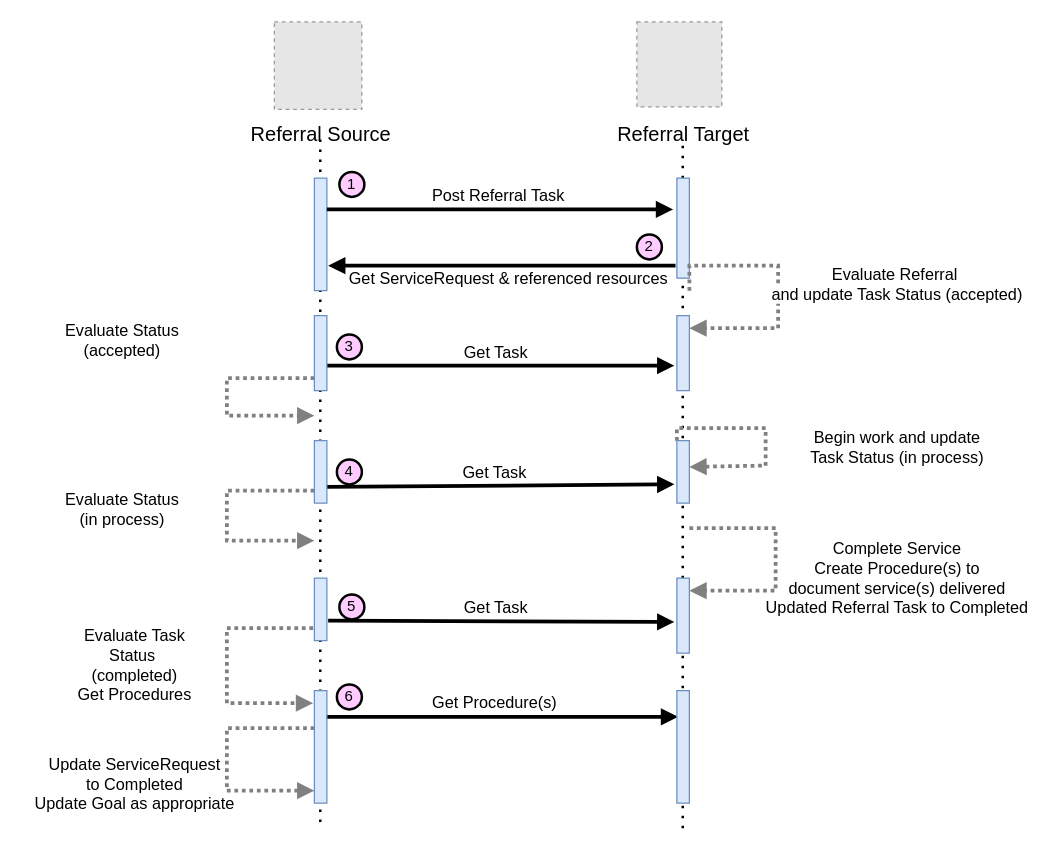
Earlier version of the draw.io diagram Images Source/DetailedDirectReferral.drawio (HL7/fhir-sdoh-clinicalcare). Source tidied: cells renumbered, new cells numbered last; positions are measured from the earlier drawing's top-left corner, leaving out a move shared by most shapes. Both pictures are drawn from the tidied source at 125%, with x=0, y=0 at pixel (21, 21). Pictures stored in the file or linked from it are replaced by grey dashed boxes.
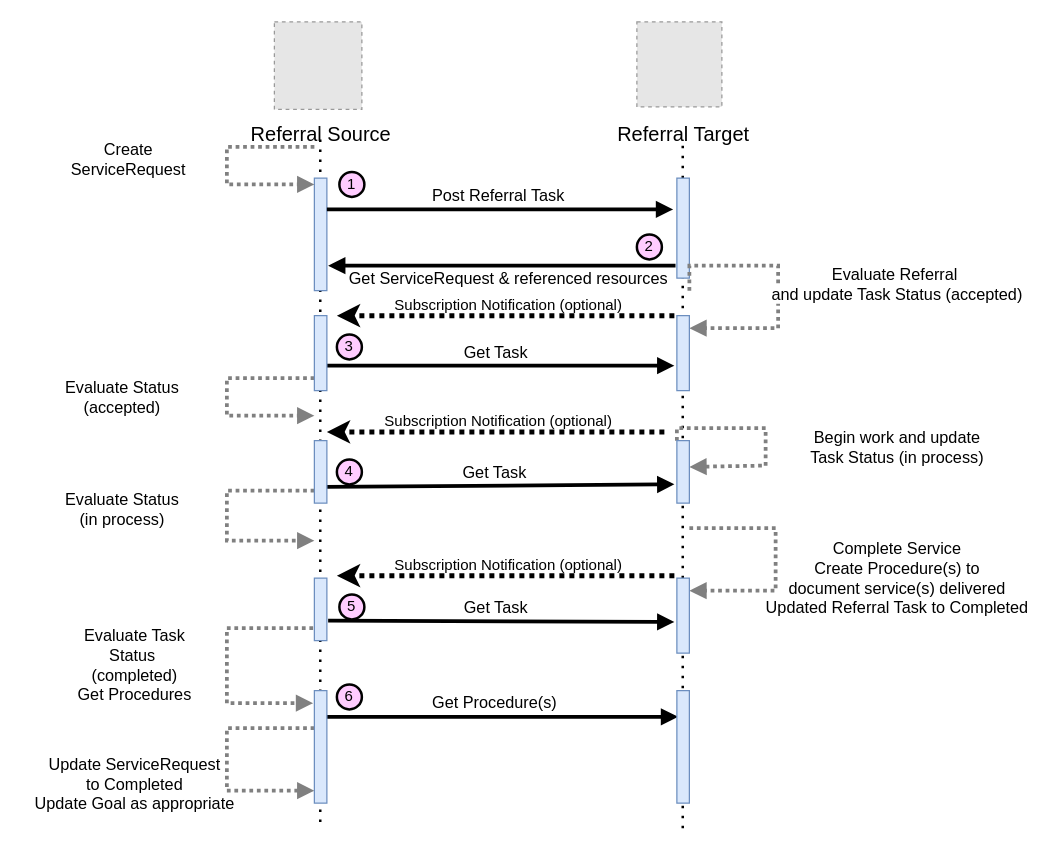
After the change.

What changed in the source:
```diff
@@
     <mxCell id="26" value="&lt;span style=&quot;font-size: 13px; text-align: left; background-color: rgb(255, 255, 255);&quot;&gt;Evaluate Status&lt;/span&gt;&lt;br style=&quot;font-size: 13px; text-align: left;&quot;&gt;&lt;span style=&quot;font-size: 13px; text-align: left; background-color: rgb(255, 255, 255);&quot;&gt;(accepted)&lt;/span&gt;" style="text;html=1;align=center;verticalAlign=middle;strokeColor=none;fillColor=none;fontSize=13;" parent="1" vertex="1">
-      <mxGeometry x="25" y="235" width="110" height="40" as="geometry" />
+      <mxGeometry x="25" y="280" width="110" height="40" as="geometry" />
     </mxCell>
@@
+    <mxCell id="46" style="edgeStyle=orthogonalEdgeStyle;html=1;align=left;spacingLeft=2;endArrow=block;rounded=0;strokeWidth=3;fontSize=13;dashed=1;strokeColor=#808080;dashPattern=1 1;" parent="1" edge="1">
+      <mxGeometry y="-30" relative="1" as="geometry">
+        <mxPoint x="234" y="100" as="sourcePoint" />
+        <mxPoint x="234" y="130" as="targetPoint" />
+        <Array as="points">
+          <mxPoint x="164" y="100" />
+          <mxPoint x="164" y="130" />
+          <mxPoint x="234" y="130" />
+        </Array>
+      </mxGeometry>
+    </mxCell>
+    <mxCell id="47" value="&lt;div style=&quot;&quot;&gt;&lt;span style=&quot;background-color: rgb(255, 255, 255);&quot;&gt;Create&lt;br&gt;ServiceRequest&lt;/span&gt;&lt;/div&gt;" style="text;html=1;align=center;verticalAlign=middle;strokeColor=none;fillColor=none;fontSize=13;" parent="1" vertex="1">
+      <mxGeometry x="25" y="90" width="120" height="40" as="geometry" />
+    </mxCell>
+    <mxCell id="48" style="endArrow=classic;html=1;rounded=0;strokeWidth=4;dashed=1;dashPattern=1 1;" parent="1" edge="1">
+      <mxGeometry relative="1" as="geometry">
+        <mxPoint x="522" y="235" as="sourcePoint" />
+        <mxPoint x="252" y="235" as="targetPoint" />
+      </mxGeometry>
+    </mxCell>
+    <mxCell id="49" value="Subscription Notification (optional)" style="text;html=1;align=center;verticalAlign=middle;strokeColor=none;fillColor=none;" parent="1" vertex="1">
+      <mxGeometry x="284" y="212" width="210" height="30" as="geometry" />
+    </mxCell>
+    <mxCell id="50" style="endArrow=classic;html=1;rounded=0;strokeWidth=4;dashed=1;dashPattern=1 1;" parent="1" edge="1">
+      <mxGeometry relative="1" as="geometry">
+        <mxPoint x="514" y="328" as="sourcePoint" />
+        <mxPoint x="244" y="328" as="targetPoint" />
+      </mxGeometry>
+    </mxCell>
+    <mxCell id="51" value="Subscription Notification (optional)" style="text;html=1;align=center;verticalAlign=middle;strokeColor=none;fillColor=none;" parent="1" vertex="1">
+      <mxGeometry x="276" y="305" width="210" height="30" as="geometry" />
+    </mxCell>
+    <mxCell id="52" style="endArrow=classic;html=1;rounded=0;strokeWidth=4;dashed=1;dashPattern=1 1;" parent="1" edge="1">
+      <mxGeometry relative="1" as="geometry">
+        <mxPoint x="522" y="443" as="sourcePoint" />
+        <mxPoint x="252" y="443" as="targetPoint" />
+      </mxGeometry>
+    </mxCell>
+    <mxCell id="53" value="Subscription Notification (optional)" style="text;html=1;align=center;verticalAlign=middle;strokeColor=none;fillColor=none;" parent="1" vertex="1">
+      <mxGeometry x="284" y="420" width="210" height="30" as="geometry" />
+    </mxCell>
```
